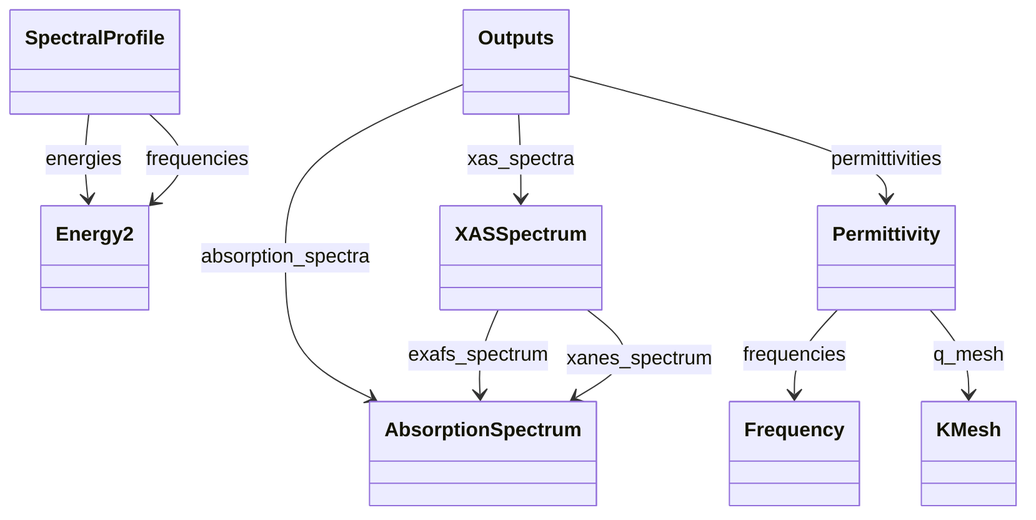
Before: docs/assets/diagrams/spectroscopy_0.png, a diagram exported from Mermaid (FAIRmat-NFDI/nomad-simulations). Its source is kept beside it as docs/assets/diagrams/spectroscopy_0.png.mmd.
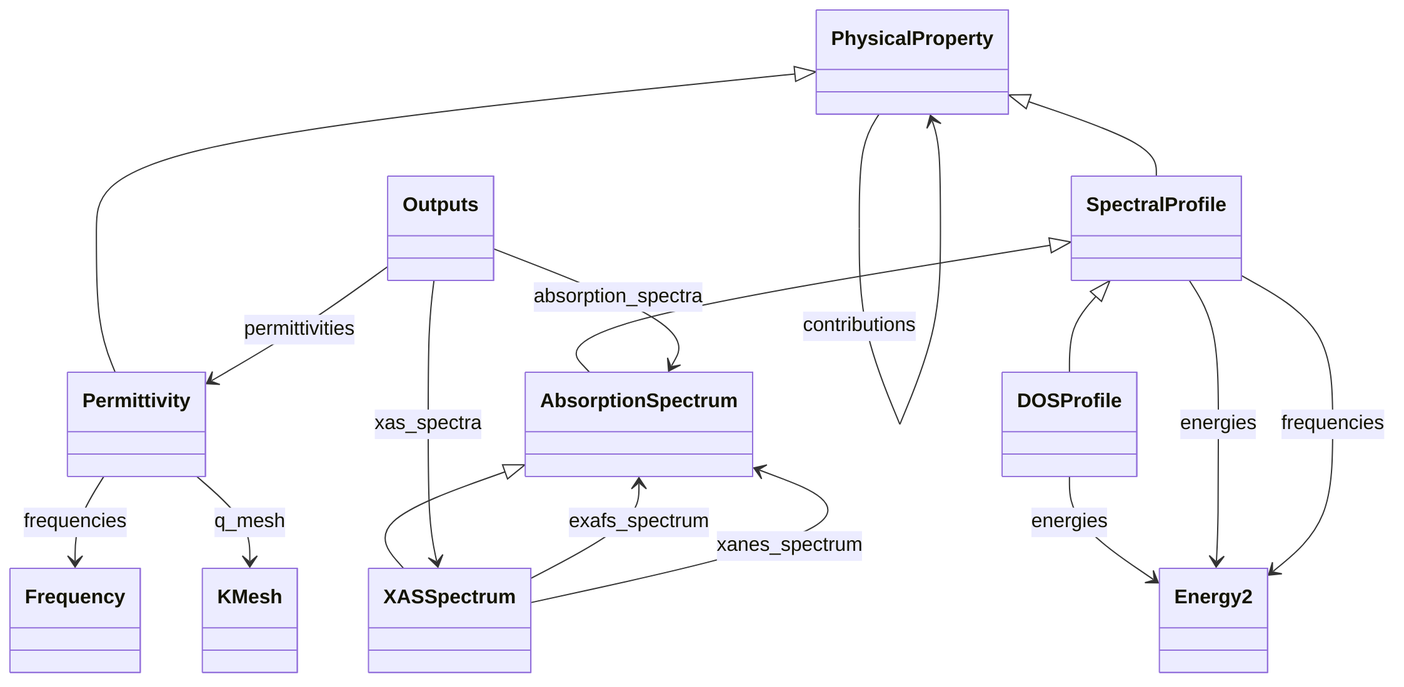
Later version of the same file.

The edit, as a diff of the source:
```diff
@@ -1,17 +1,26 @@
 classDiagram
     class AbsorptionSpectrum
+    class DOSProfile
     class Energy2
     class Frequency
     class KMesh
     class Outputs
     class Permittivity
+    class PhysicalProperty
     class SpectralProfile
     class XASSpectrum
+    SpectralProfile <|-- AbsorptionSpectrum
+    SpectralProfile <|-- DOSProfile
+    PhysicalProperty <|-- Permittivity
+    PhysicalProperty <|-- SpectralProfile
+    AbsorptionSpectrum <|-- XASSpectrum
+    DOSProfile --> Energy2 : energies
     Outputs --> AbsorptionSpectrum : absorption_spectra
     Outputs --> Permittivity : permittivities
     Outputs --> XASSpectrum : xas_spectra
     Permittivity --> Frequency : frequencies
     Permittivity --> KMesh : q_mesh
+    PhysicalProperty --> PhysicalProperty : contributions
     SpectralProfile --> Energy2 : energies
     SpectralProfile --> Energy2 : frequencies
     XASSpectrum --> AbsorptionSpectrum : exafs_spectrum
```
